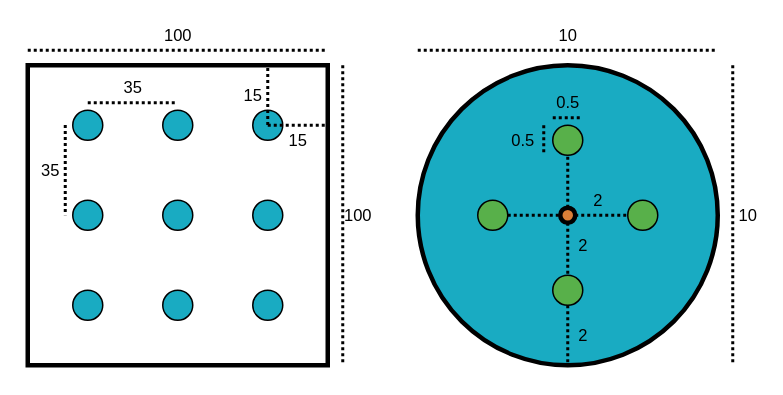
Earlier version of the draw.io diagram drawio/subplot.drawio (johngodlee/miombo_tls). Source tidied: cells renumbered, new cells numbered last; positions are measured from the earlier drawing's top-left corner, leaving out a move shared by most shapes. Both pictures are drawn from the tidied source at 150%, with x=0, y=0 at pixel (27, 50).
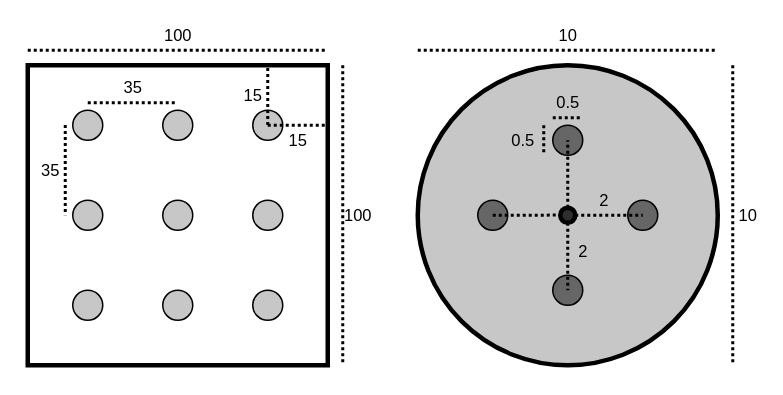
After the change.

Commit message (it also covers changes not shown here):
Added start of workflow document and improved drawio outputs

The edit, as a diff of the source:
```diff
@@
-    <mxCell id="3" style="ellipse;whiteSpace=wrap;html=1;fillColor=#19ABC2;labelBackgroundColor=none;" parent="1" vertex="1">
+    <mxCell id="3" style="ellipse;whiteSpace=wrap;html=1;labelBackgroundColor=none;fillColor=#C7C7C7;" parent="1" vertex="1">
       <mxGeometry x="30" y="40" width="20" height="20" as="geometry" />
     </mxCell>
-    <mxCell id="4" style="ellipse;whiteSpace=wrap;html=1;fillColor=#19ABC2;labelBackgroundColor=none;" parent="1" vertex="1">
+    <mxCell id="4" style="ellipse;whiteSpace=wrap;html=1;labelBackgroundColor=none;fillColor=#C7C7C7;" parent="1" vertex="1">
       <mxGeometry x="90" y="40" width="20" height="20" as="geometry" />
     </mxCell>
-    <mxCell id="5" style="ellipse;whiteSpace=wrap;html=1;fillColor=#19ABC2;labelBackgroundColor=none;" parent="1" vertex="1">
+    <mxCell id="5" style="ellipse;whiteSpace=wrap;html=1;labelBackgroundColor=none;fillColor=#C7C7C7;" parent="1" vertex="1">
       <mxGeometry x="150" y="40" width="20" height="20" as="geometry" />
     </mxCell>
-    <mxCell id="6" style="ellipse;whiteSpace=wrap;html=1;fillColor=#19ABC2;labelBackgroundColor=none;" parent="1" vertex="1">
+    <mxCell id="6" style="ellipse;whiteSpace=wrap;html=1;labelBackgroundColor=none;fillColor=#C7C7C7;" parent="1" vertex="1">
       <mxGeometry x="30" y="100" width="20" height="20" as="geometry" />
     </mxCell>
-    <mxCell id="7" style="ellipse;whiteSpace=wrap;html=1;fillColor=#19ABC2;labelBackgroundColor=none;" parent="1" vertex="1">
+    <mxCell id="7" style="ellipse;whiteSpace=wrap;html=1;labelBackgroundColor=none;fillColor=#C7C7C7;" parent="1" vertex="1">
       <mxGeometry x="90" y="100" width="20" height="20" as="geometry" />
     </mxCell>
-    <mxCell id="8" style="ellipse;whiteSpace=wrap;html=1;fillColor=#19ABC2;labelBackgroundColor=none;" parent="1" vertex="1">
+    <mxCell id="8" style="ellipse;whiteSpace=wrap;html=1;labelBackgroundColor=none;fillColor=#C7C7C7;" parent="1" vertex="1">
       <mxGeometry x="150" y="100" width="20" height="20" as="geometry" />
     </mxCell>
-    <mxCell id="9" style="ellipse;whiteSpace=wrap;html=1;fillColor=#19ABC2;labelBackgroundColor=none;" parent="1" vertex="1">
+    <mxCell id="9" style="ellipse;whiteSpace=wrap;html=1;labelBackgroundColor=none;fillColor=#C7C7C7;" parent="1" vertex="1">
       <mxGeometry x="30" y="160" width="20" height="20" as="geometry" />
     </mxCell>
-    <mxCell id="10" style="ellipse;whiteSpace=wrap;html=1;fillColor=#19ABC2;labelBackgroundColor=none;" parent="1" vertex="1">
+    <mxCell id="10" style="ellipse;whiteSpace=wrap;html=1;labelBackgroundColor=none;fillColor=#C7C7C7;" parent="1" vertex="1">
       <mxGeometry x="90" y="160" width="20" height="20" as="geometry" />
     </mxCell>
-    <mxCell id="11" style="ellipse;whiteSpace=wrap;html=1;fillColor=#19ABC2;labelBackgroundColor=none;" parent="1" vertex="1">
+    <mxCell id="11" style="ellipse;whiteSpace=wrap;html=1;labelBackgroundColor=none;fillColor=#C7C7C7;" parent="1" vertex="1">
       <mxGeometry x="150" y="160" width="20" height="20" as="geometry" />
     </mxCell>
@@
-    <mxCell id="18" style="ellipse;whiteSpace=wrap;html=1;strokeWidth=3;labelBackgroundColor=none;fillColor=#19ABC2;" parent="1" vertex="1">
+    <mxCell id="18" style="ellipse;whiteSpace=wrap;html=1;strokeWidth=3;labelBackgroundColor=none;fillColor=#C7C7C7;" parent="1" vertex="1">
       <mxGeometry x="260" y="10" width="200" height="200" as="geometry" />
     </mxCell>
-    <mxCell id="19" style="edgeStyle=orthogonalEdgeStyle;rounded=0;jettySize=auto;html=1;exitX=0.5;exitY=0;exitDx=0;exitDy=0;entryX=0.5;entryY=1;entryDx=0;entryDy=0;dashed=1;dashPattern=1 1;labelBackgroundColor=none;startArrow=none;startFill=0;endArrow=none;endFill=0;strokeWidth=2;" parent="1" edge="1" source="20" target="29">
-      <mxGeometry relative="1" as="geometry" />
-    </mxCell>
-    <mxCell id="20" style="ellipse;whiteSpace=wrap;html=1;strokeWidth=3;fillColor=#D97E38;labelBackgroundColor=none;" parent="1" vertex="1">
+    <mxCell id="20" style="ellipse;whiteSpace=wrap;html=1;strokeWidth=3;labelBackgroundColor=none;fillColor=#2E2E2E;" parent="1" vertex="1">
       <mxGeometry x="355" y="105" width="10" height="10" as="geometry" />
     </mxCell>
@@
-    <mxCell id="25" value="2" style="endArrow=none;html=1;exitX=0.5;exitY=1;exitDx=0;exitDy=0;entryX=0.5;entryY=0;entryDx=0;entryDy=0;startArrow=none;startFill=0;endFill=0;dashed=1;dashPattern=1 1;labelBackgroundColor=none;strokeWidth=2;" parent="1" edge="1" source="20">
-      <mxGeometry x="-0.14" y="10" relative="1" as="geometry">
-        <mxPoint x="360" y="150" as="targetPoint" />
-      </mxGeometry>
-    </mxCell>
-    <mxCell id="26" style="endArrow=none;html=1;exitX=1;exitY=0.5;exitDx=0;exitDy=0;entryX=0;entryY=0.5;entryDx=0;entryDy=0;startArrow=none;startFill=0;endFill=0;dashed=1;dashPattern=1 1;labelBackgroundColor=none;strokeWidth=2;" parent="1" edge="1" target="20">
-      <mxGeometry x="0.14" y="10" relative="1" as="geometry">
-        <mxPoint x="320" y="110" as="sourcePoint" />
-      </mxGeometry>
-    </mxCell>
-    <mxCell id="27" value="2" style="endArrow=none;html=1;exitX=1;exitY=0.5;exitDx=0;exitDy=0;entryX=0;entryY=0.5;entryDx=0;entryDy=0;startArrow=none;startFill=0;endFill=0;dashed=1;dashPattern=1 1;labelBackgroundColor=none;strokeWidth=2;" parent="1" edge="1" source="20" target="30">
-      <mxGeometry x="-0.14" y="10" relative="1" as="geometry" />
-    </mxCell>
-    <mxCell id="28" value="2" style="endArrow=none;html=1;exitX=0.5;exitY=1;exitDx=0;exitDy=0;entryX=0.5;entryY=1;entryDx=0;entryDy=0;startArrow=none;startFill=0;endFill=0;dashed=1;dashPattern=1 1;labelBackgroundColor=none;strokeWidth=2;" parent="1" edge="1" target="18">
-      <mxGeometry y="10" relative="1" as="geometry">
-        <mxPoint x="360" y="170" as="sourcePoint" />
-      </mxGeometry>
-    </mxCell>
-    <mxCell id="29" style="ellipse;whiteSpace=wrap;html=1;fillColor=#58B04A;labelBackgroundColor=none;" parent="1" vertex="1">
+    <mxCell id="29" style="ellipse;whiteSpace=wrap;html=1;labelBackgroundColor=none;fillColor=#666666;" parent="1" vertex="1">
       <mxGeometry x="350" y="50" width="20" height="20" as="geometry" />
     </mxCell>
-    <mxCell id="30" style="ellipse;whiteSpace=wrap;html=1;fillColor=#58B04A;labelBackgroundColor=none;" parent="1" vertex="1">
+    <mxCell id="30" style="ellipse;whiteSpace=wrap;html=1;labelBackgroundColor=none;fillColor=#666666;" parent="1" vertex="1">
       <mxGeometry x="400" y="100" width="20" height="20" as="geometry" />
     </mxCell>
-    <mxCell id="31" style="ellipse;whiteSpace=wrap;html=1;fillColor=#58B04A;labelBackgroundColor=none;" parent="1" vertex="1">
+    <mxCell id="31" style="ellipse;whiteSpace=wrap;html=1;labelBackgroundColor=none;fillColor=#666666;" parent="1" vertex="1">
       <mxGeometry x="350" y="150" width="20" height="20" as="geometry" />
     </mxCell>
-    <mxCell id="32" style="ellipse;whiteSpace=wrap;html=1;fillColor=#58B04A;labelBackgroundColor=none;" parent="1" vertex="1">
+    <mxCell id="32" style="ellipse;whiteSpace=wrap;html=1;labelBackgroundColor=none;fillColor=#666666;" parent="1" vertex="1">
       <mxGeometry x="300" y="100" width="20" height="20" as="geometry" />
     </mxCell>
+    <mxCell id="19" style="edgeStyle=orthogonalEdgeStyle;rounded=0;jettySize=auto;html=1;exitX=0.5;exitY=0;exitDx=0;exitDy=0;dashed=1;dashPattern=1 1;labelBackgroundColor=none;startArrow=none;startFill=0;endArrow=none;endFill=0;strokeWidth=2;" parent="1" edge="1" source="20">
+      <mxGeometry relative="1" as="geometry">
+        <mxPoint x="360" y="60" as="targetPoint" />
+      </mxGeometry>
+    </mxCell>
+    <mxCell id="25" value="2" style="endArrow=none;html=1;exitX=0.5;exitY=1;exitDx=0;exitDy=0;entryX=0.5;entryY=0.5;entryDx=0;entryDy=0;startArrow=none;startFill=0;endFill=0;dashed=1;dashPattern=1 1;labelBackgroundColor=none;strokeWidth=2;entryPerimeter=0;" parent="1" edge="1" source="20" target="31">
+      <mxGeometry x="-0.14" y="10" relative="1" as="geometry" />
+    </mxCell>
+    <mxCell id="27" value="2" style="endArrow=none;html=1;exitX=1;exitY=0.5;exitDx=0;exitDy=0;startArrow=none;startFill=0;endFill=0;dashed=1;dashPattern=1 1;labelBackgroundColor=none;strokeWidth=2;" parent="1" edge="1" source="20">
+      <mxGeometry x="-0.14" y="10" relative="1" as="geometry">
+        <mxPoint x="410" y="110" as="targetPoint" />
+      </mxGeometry>
+    </mxCell>
+    <mxCell id="33" style="endArrow=none;html=1;startArrow=none;startFill=0;endFill=0;dashed=1;dashPattern=1 1;labelBackgroundColor=none;strokeWidth=2;entryX=0.55;entryY=0.5;entryDx=0;entryDy=0;entryPerimeter=0;" parent="1" edge="1">
+      <mxGeometry x="-0.14" y="10" relative="1" as="geometry">
+        <mxPoint x="310" y="110" as="sourcePoint" />
+        <mxPoint x="355" y="109.9" as="targetPoint" />
+      </mxGeometry>
+    </mxCell>
```
